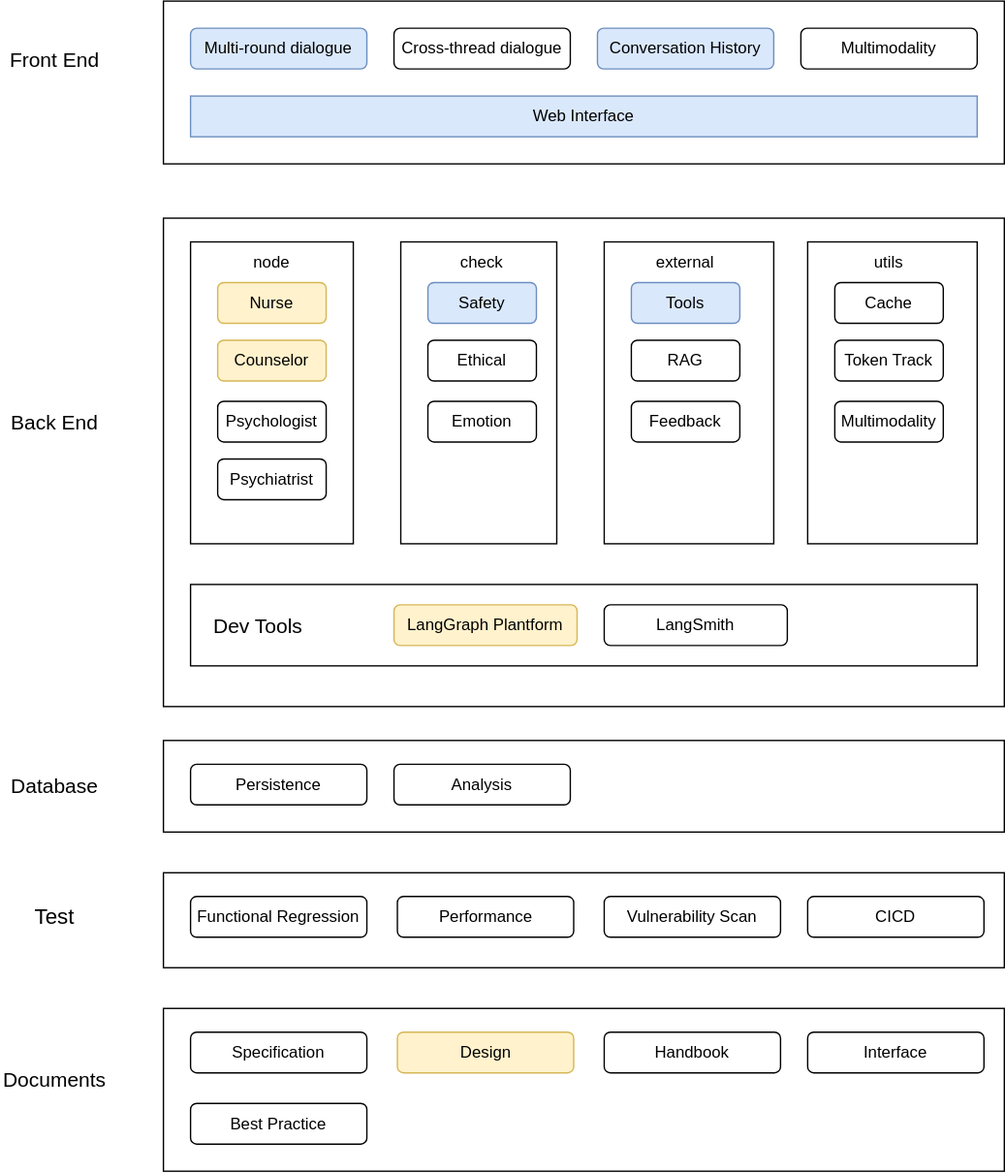
This is imgs/Architecture.svg from enpyth/MentalHealthChatbot, a draw.io export, as it was before one commit. Source tidied: cells renumbered, new cells last; positions are measured from the earlier drawing's top-left corner, leaving out a move shared by most shapes.
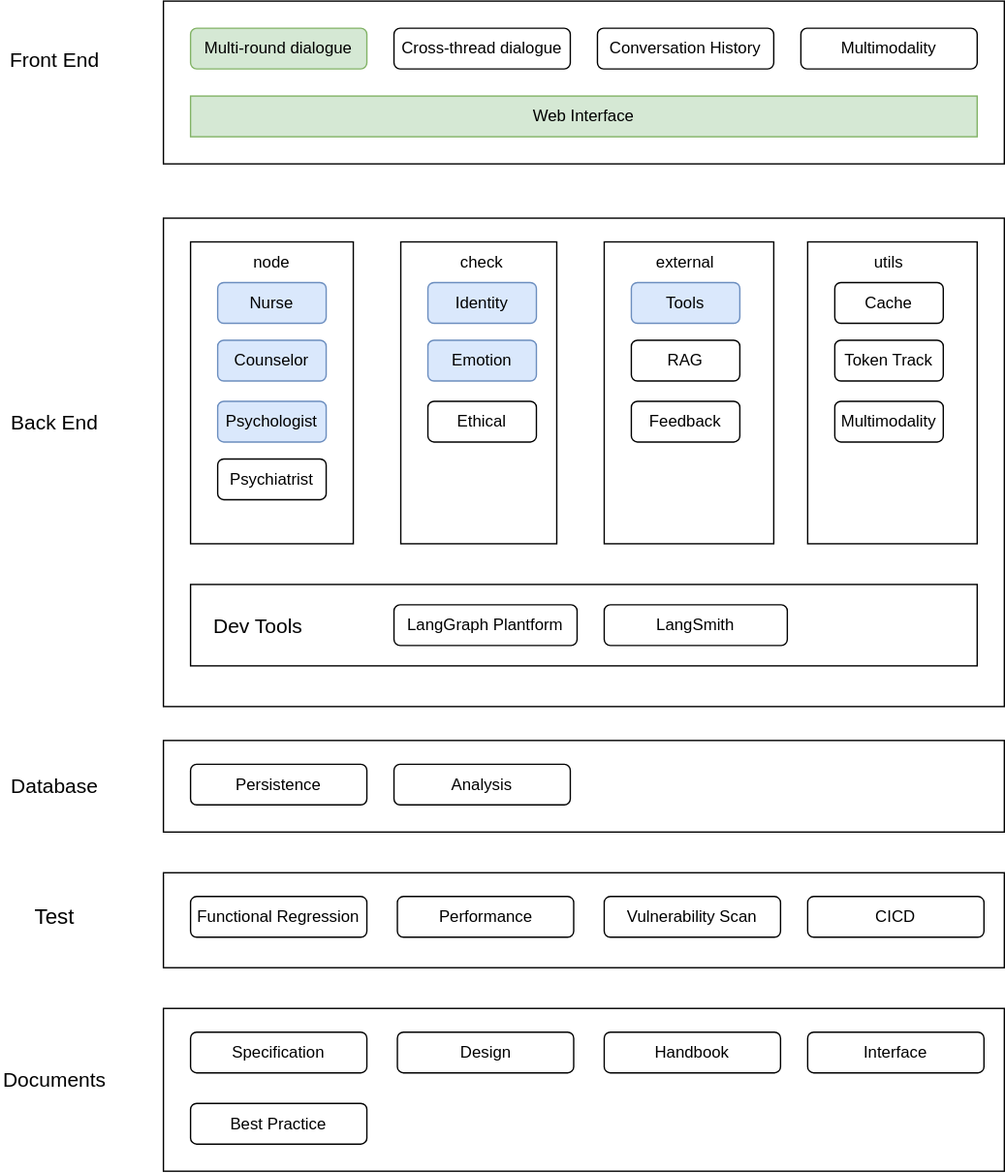
Above is the later version.

Diff of the diagram source:
```diff
@@ -5,10 +5,10 @@
     <mxCell id="2" style="rounded=0;whiteSpace=wrap;html=1;" parent="1" vertex="1">
       <mxGeometry x="120" width="620" height="120" as="geometry" />
     </mxCell>
-    <mxCell id="3" value="Multi-round dialogue" style="rounded=1;whiteSpace=wrap;html=1;fillColor=#dae8fc;strokeColor=#6c8ebf;" parent="1" vertex="1">
+    <mxCell id="3" value="Multi-round dialogue" style="rounded=1;whiteSpace=wrap;html=1;fillColor=#d5e8d4;strokeColor=#82b366;" parent="1" vertex="1">
       <mxGeometry x="140" y="20" width="130" height="30" as="geometry" />
     </mxCell>
-    <mxCell id="4" value="Conversation History" style="rounded=1;whiteSpace=wrap;html=1;fillColor=#dae8fc;strokeColor=#6c8ebf;" parent="1" vertex="1">
+    <mxCell id="4" value="Conversation History" style="rounded=1;whiteSpace=wrap;html=1;" parent="1" vertex="1">
       <mxGeometry x="440" y="20" width="130" height="30" as="geometry" />
     </mxCell>
     <mxCell id="5" value="Multimodality" style="rounded=1;whiteSpace=wrap;html=1;" parent="1" vertex="1">
@@ -20,7 +20,7 @@
     <mxCell id="7" value="&lt;font style=&quot;font-size: 15px;&quot;&gt;Front End&lt;/font&gt;" style="text;html=1;align=center;verticalAlign=middle;whiteSpace=wrap;rounded=0;" parent="1" vertex="1">
       <mxGeometry y="30" width="80" height="25" as="geometry" />
     </mxCell>
-    <mxCell id="8" value="Web Interface" style="rounded=0;whiteSpace=wrap;html=1;fillColor=#dae8fc;strokeColor=#6c8ebf;" parent="1" vertex="1">
+    <mxCell id="8" value="Web Interface" style="rounded=0;whiteSpace=wrap;html=1;fillColor=#d5e8d4;strokeColor=#82b366;" parent="1" vertex="1">
       <mxGeometry x="140" y="70" width="580" height="30" as="geometry" />
     </mxCell>
     <mxCell id="9" style="rounded=0;whiteSpace=wrap;html=1;" parent="1" vertex="1">
@@ -32,10 +32,10 @@
     <mxCell id="11" style="rounded=0;whiteSpace=wrap;html=1;" parent="1" vertex="1">
       <mxGeometry x="140" y="177.5" width="120" height="222.5" as="geometry" />
     </mxCell>
-    <mxCell id="12" value="Nurse" style="rounded=1;whiteSpace=wrap;html=1;fillColor=#fff2cc;strokeColor=#d6b656;" parent="1" vertex="1">
+    <mxCell id="12" value="Nurse" style="rounded=1;whiteSpace=wrap;html=1;fillColor=#dae8fc;strokeColor=#6c8ebf;" parent="1" vertex="1">
       <mxGeometry x="160" y="207.5" width="80" height="30" as="geometry" />
     </mxCell>
-    <mxCell id="13" value="Counselor" style="rounded=1;whiteSpace=wrap;html=1;fillColor=#fff2cc;strokeColor=#d6b656;" parent="1" vertex="1">
+    <mxCell id="13" value="Counselor" style="rounded=1;whiteSpace=wrap;html=1;fillColor=#dae8fc;strokeColor=#6c8ebf;" parent="1" vertex="1">
       <mxGeometry x="160" y="250" width="80" height="30" as="geometry" />
     </mxCell>
     <mxCell id="14" value="node" style="text;html=1;align=center;verticalAlign=middle;whiteSpace=wrap;rounded=0;" parent="1" vertex="1">
@@ -44,10 +44,10 @@
     <mxCell id="15" style="rounded=0;whiteSpace=wrap;html=1;" parent="1" vertex="1">
       <mxGeometry x="295" y="177.5" width="115" height="222.5" as="geometry" />
     </mxCell>
-    <mxCell id="16" value="Safety" style="rounded=1;whiteSpace=wrap;html=1;fillColor=#dae8fc;strokeColor=#6c8ebf;" parent="1" vertex="1">
+    <mxCell id="16" value="Identity" style="rounded=1;whiteSpace=wrap;html=1;fillColor=#dae8fc;strokeColor=#6c8ebf;" parent="1" vertex="1">
       <mxGeometry x="315" y="207.5" width="80" height="30" as="geometry" />
     </mxCell>
-    <mxCell id="17" value="Ethical" style="rounded=1;whiteSpace=wrap;html=1;" parent="1" vertex="1">
+    <mxCell id="17" value="Emotion" style="rounded=1;whiteSpace=wrap;html=1;fillColor=#dae8fc;strokeColor=#6c8ebf;" parent="1" vertex="1">
       <mxGeometry x="315" y="250" width="80" height="30" as="geometry" />
     </mxCell>
     <mxCell id="18" value="check" style="text;html=1;align=center;verticalAlign=middle;whiteSpace=wrap;rounded=0;" parent="1" vertex="1">
@@ -86,7 +86,7 @@
     <mxCell id="29" value="&lt;font style=&quot;font-size: 15px;&quot;&gt;Dev Tools&lt;/font&gt;" style="text;html=1;align=center;verticalAlign=middle;whiteSpace=wrap;rounded=0;" parent="1" vertex="1">
       <mxGeometry x="150" y="447.5" width="80" height="25" as="geometry" />
     </mxCell>
-    <mxCell id="30" value="LangGraph Plantform" style="rounded=1;whiteSpace=wrap;html=1;fillColor=#fff2cc;strokeColor=#d6b656;" parent="1" vertex="1">
+    <mxCell id="30" value="LangGraph Plantform" style="rounded=1;whiteSpace=wrap;html=1;" parent="1" vertex="1">
       <mxGeometry x="290" y="445" width="135" height="30" as="geometry" />
     </mxCell>
     <mxCell id="31" value="LangSmith" style="rounded=1;whiteSpace=wrap;html=1;" parent="1" vertex="1">
@@ -131,7 +131,7 @@
     <mxCell id="44" value="Specification" style="rounded=1;whiteSpace=wrap;html=1;" parent="1" vertex="1">
       <mxGeometry x="140" y="760" width="130" height="30" as="geometry" />
     </mxCell>
-    <mxCell id="45" value="Design" style="rounded=1;whiteSpace=wrap;html=1;fillColor=#fff2cc;strokeColor=#d6b656;" parent="1" vertex="1">
+    <mxCell id="45" value="Design" style="rounded=1;whiteSpace=wrap;html=1;" parent="1" vertex="1">
       <mxGeometry x="292.5" y="760" width="130" height="30" as="geometry" />
     </mxCell>
     <mxCell id="46" value="Handbook" style="rounded=1;whiteSpace=wrap;html=1;" parent="1" vertex="1">
@@ -143,7 +143,7 @@
     <mxCell id="48" value="Best Practice" style="rounded=1;whiteSpace=wrap;html=1;" parent="1" vertex="1">
       <mxGeometry x="140" y="812.5" width="130" height="30" as="geometry" />
     </mxCell>
-    <mxCell id="49" value="Psychologist" style="rounded=1;whiteSpace=wrap;html=1;" parent="1" vertex="1">
+    <mxCell id="49" value="Psychologist" style="rounded=1;whiteSpace=wrap;html=1;fillColor=#dae8fc;strokeColor=#6c8ebf;" parent="1" vertex="1">
       <mxGeometry x="160" y="295" width="80" height="30" as="geometry" />
     </mxCell>
     <mxCell id="50" value="Psychiatrist" style="rounded=1;whiteSpace=wrap;html=1;" parent="1" vertex="1">
@@ -152,7 +152,7 @@
     <mxCell id="51" value="Multimodality" style="rounded=1;whiteSpace=wrap;html=1;" parent="1" vertex="1">
       <mxGeometry x="615" y="295" width="80" height="30" as="geometry" />
     </mxCell>
-    <mxCell id="52" value="Emotion" style="rounded=1;whiteSpace=wrap;html=1;" parent="1" vertex="1">
+    <mxCell id="52" value="Ethical" style="rounded=1;whiteSpace=wrap;html=1;" parent="1" vertex="1">
       <mxGeometry x="315" y="295" width="80" height="30" as="geometry" />
     </mxCell>
   </root>
```
